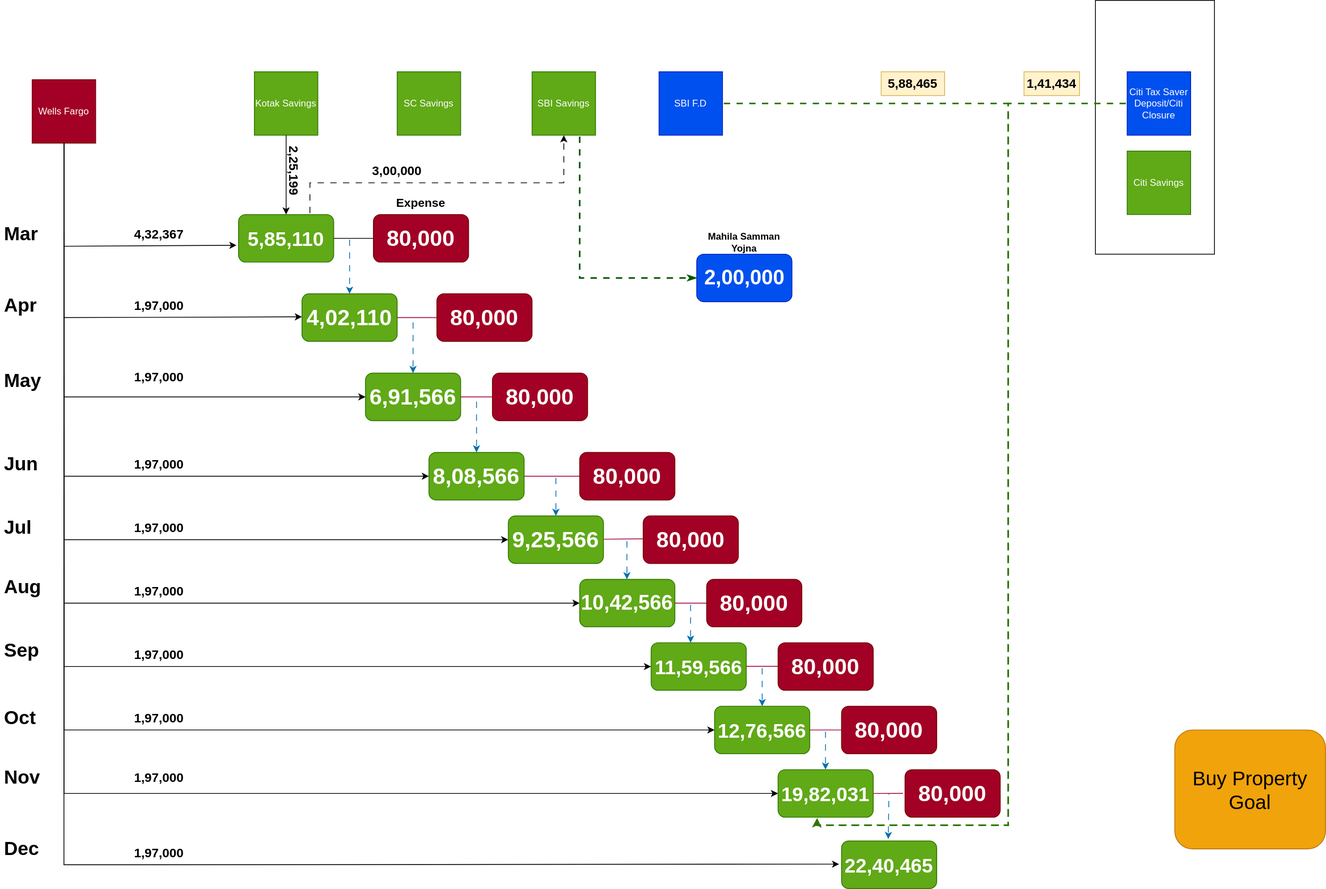
uchiharizvi/design-diagrams keeps this draw.io diagram as Investments.drawio.svg. Above is the earlier version. Source tidied: cells renumbered, new cells last; positions are measured from the earlier drawing's top-left corner, leaving out a move shared by most shapes.
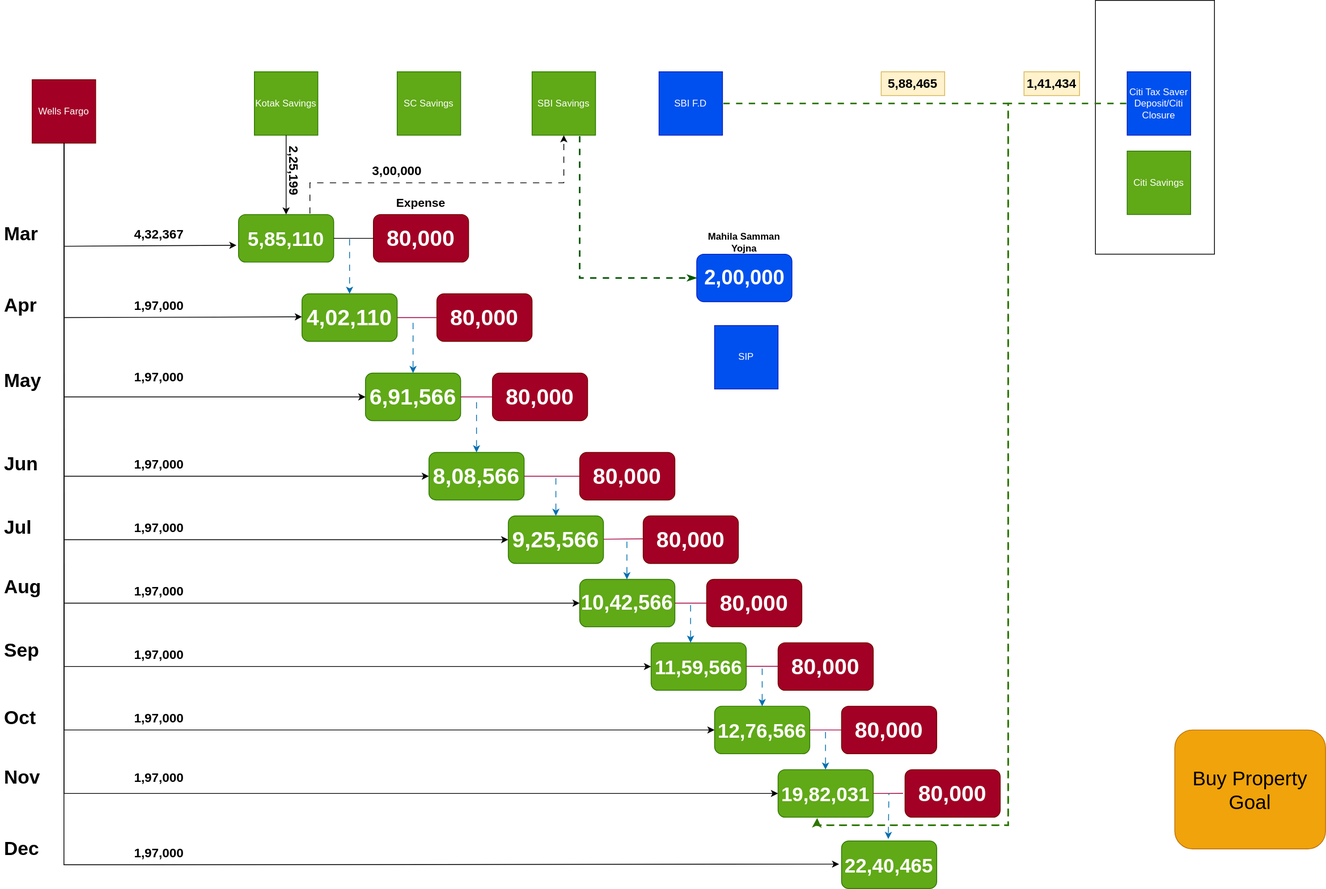
The same diagram one commit later.

Diff of the diagram source:
```diff
@@ -383,5 +383,8 @@
     <mxCell id="89" value="&lt;font style=&quot;font-size: 16px;&quot;&gt;3,00,000&lt;/font&gt;" style="text;html=1;align=center;verticalAlign=middle;whiteSpace=wrap;rounded=0;fontStyle=1;rotation=0;" parent="1" vertex="1">
       <mxGeometry x="460" y="200" width="80" height="30" as="geometry" />
     </mxCell>
+    <mxCell id="90" value="SIP" style="whiteSpace=wrap;html=1;fillColor=#0050ef;fontColor=#ffffff;strokeColor=#001DBC;" parent="1" vertex="1">
+      <mxGeometry x="900" y="410" width="80" height="80" as="geometry" />
+    </mxCell>
   </root>
 </mxGraphModel>
```
